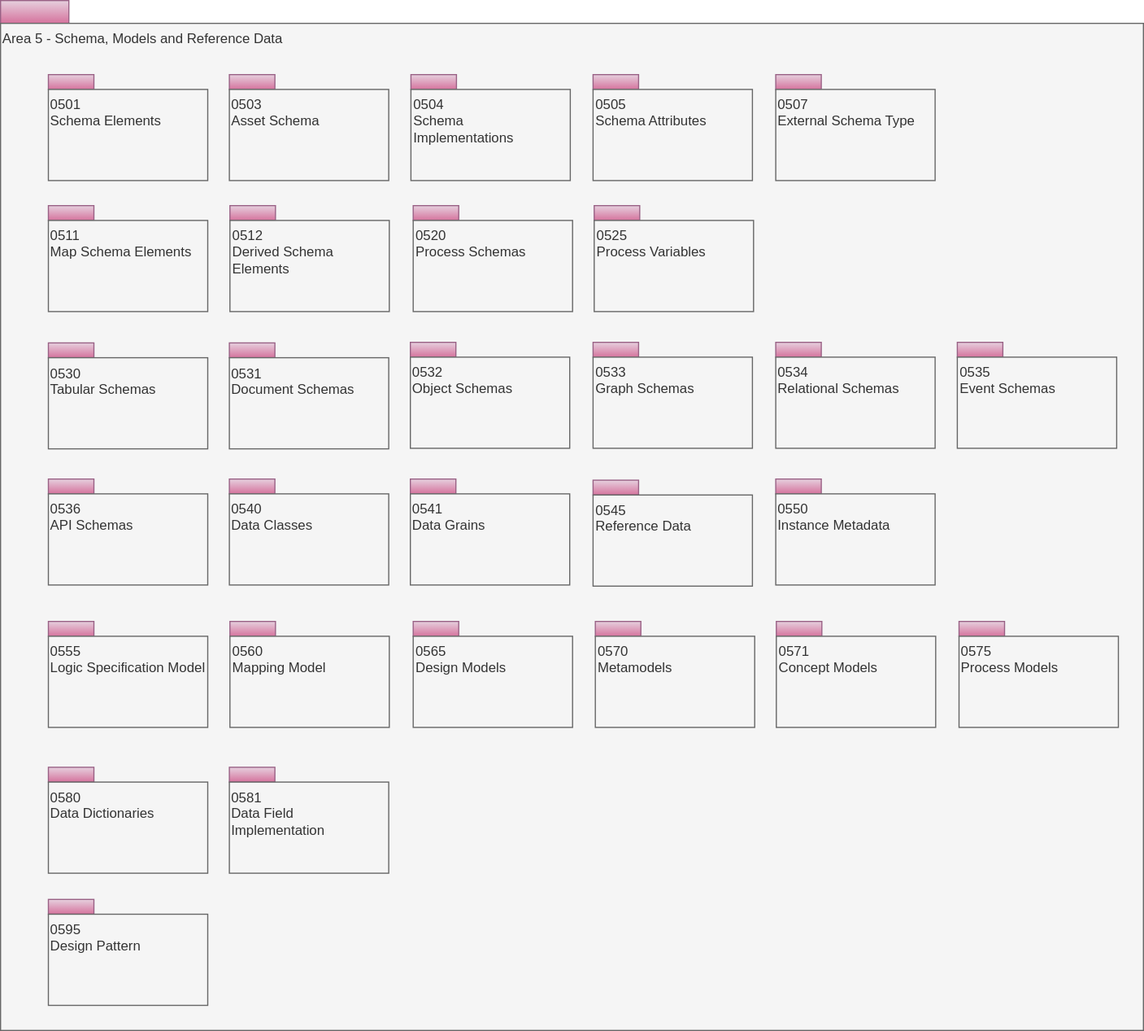
This is site/docs/types/5/area-5-models-and-schema-overview.svg from odpi/egeria-docs, a draw.io export, as it was before one commit. Source tidied: cells renumbered, new cells last; positions are measured from the earlier drawing's top-left corner, leaving out a move shared by most shapes.
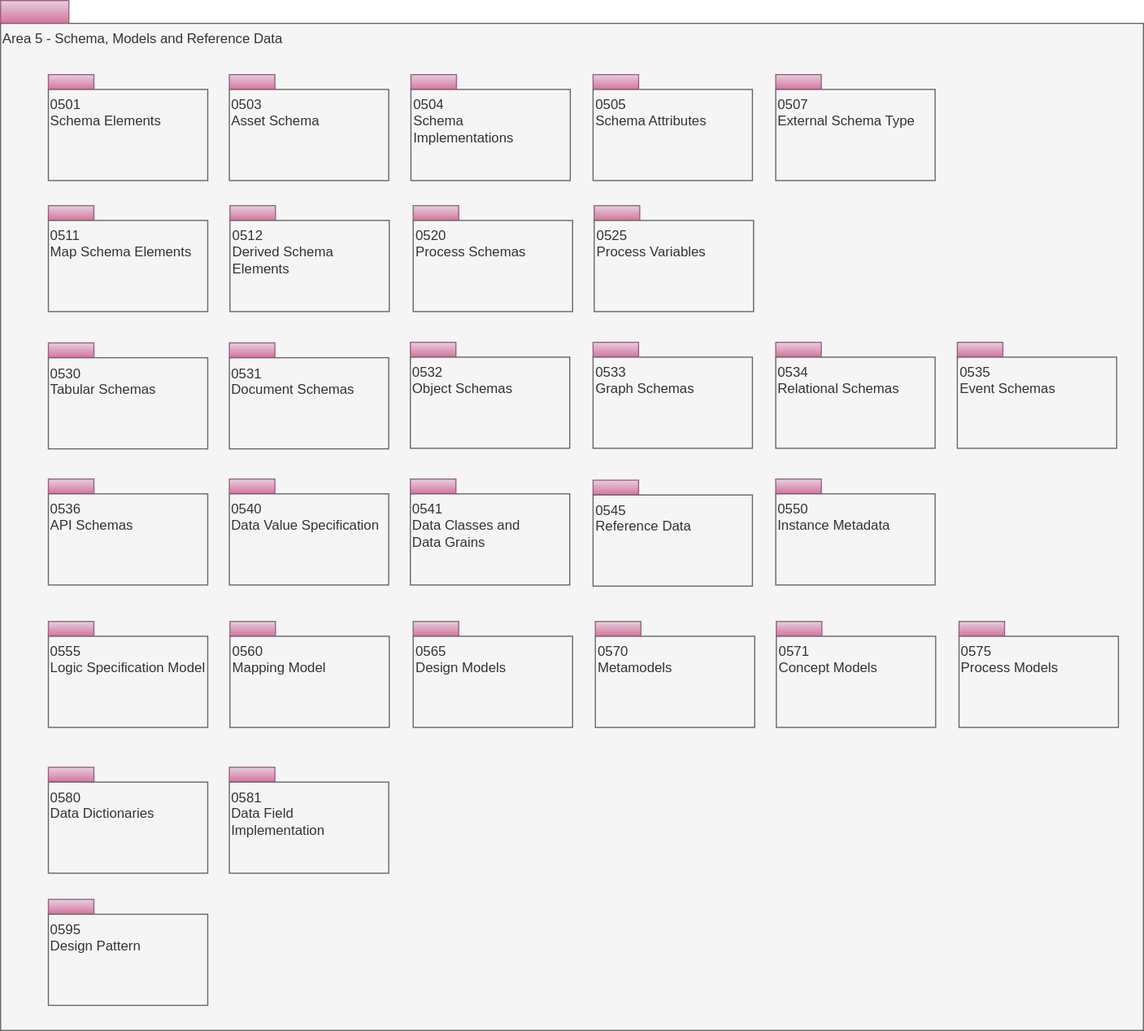
The same file after the commit.

What changed in the source:
```diff
@@ -65,7 +65,7 @@
     <mxCell id="22" style="rounded=0;whiteSpace=wrap;html=1;align=left;fillColor=#e6d0de;strokeColor=#996185;gradientColor=#d5739d;" parent="1" vertex="1">
       <mxGeometry x="360" y="420" width="40" height="13" as="geometry" />
     </mxCell>
-    <mxCell id="23" value="0541&lt;br&gt;Data Grains" style="rounded=0;whiteSpace=wrap;html=1;align=left;verticalAlign=top;fillColor=#f5f5f5;fontColor=#333333;strokeColor=#666666;" parent="1" vertex="1">
+    <mxCell id="23" value="0541&lt;br&gt;Data Classes and&lt;div&gt;Data Grains&lt;/div&gt;" style="rounded=0;whiteSpace=wrap;html=1;align=left;verticalAlign=top;fillColor=#f5f5f5;fontColor=#333333;strokeColor=#666666;" parent="1" vertex="1">
       <mxGeometry x="360" y="433" width="140" height="80" as="geometry" />
     </mxCell>
     <mxCell id="24" style="rounded=0;whiteSpace=wrap;html=1;align=left;fillColor=#e6d0de;strokeColor=#996185;gradientColor=#d5739d;" parent="1" vertex="1">
@@ -179,7 +179,7 @@
     <mxCell id="60" style="rounded=0;whiteSpace=wrap;html=1;align=left;fillColor=#e6d0de;strokeColor=#996185;gradientColor=#d5739d;" parent="1" vertex="1">
       <mxGeometry x="201" y="420" width="40" height="13" as="geometry" />
     </mxCell>
-    <mxCell id="61" value="0540&lt;br&gt;Data Classes&lt;br&gt;" style="rounded=0;whiteSpace=wrap;html=1;align=left;verticalAlign=top;fillColor=#f5f5f5;fontColor=#333333;strokeColor=#666666;" parent="1" vertex="1">
+    <mxCell id="61" value="0540&lt;br&gt;Data Value Specification" style="rounded=0;whiteSpace=wrap;html=1;align=left;verticalAlign=top;fillColor=#f5f5f5;fontColor=#333333;strokeColor=#666666;" parent="1" vertex="1">
       <mxGeometry x="201" y="433" width="140" height="80" as="geometry" />
     </mxCell>
   </root>
```
